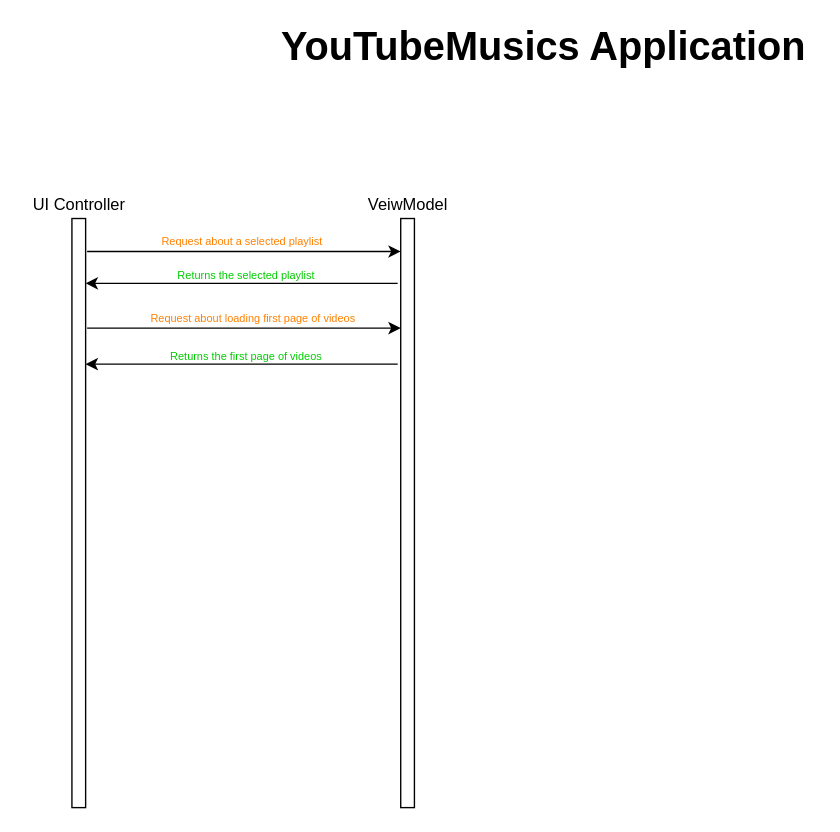
Above: Untitled Diagram.drawio in AlieksieievYurii/YouTubeMusic (draw.io), before the change. Source tidied: cells renumbered, new cells numbered last; positions are measured from the earlier drawing's top-left corner, leaving out a move shared by most shapes. Both pictures are drawn from the tidied source at 137%, with x=0, y=0 at pixel (23, 26).
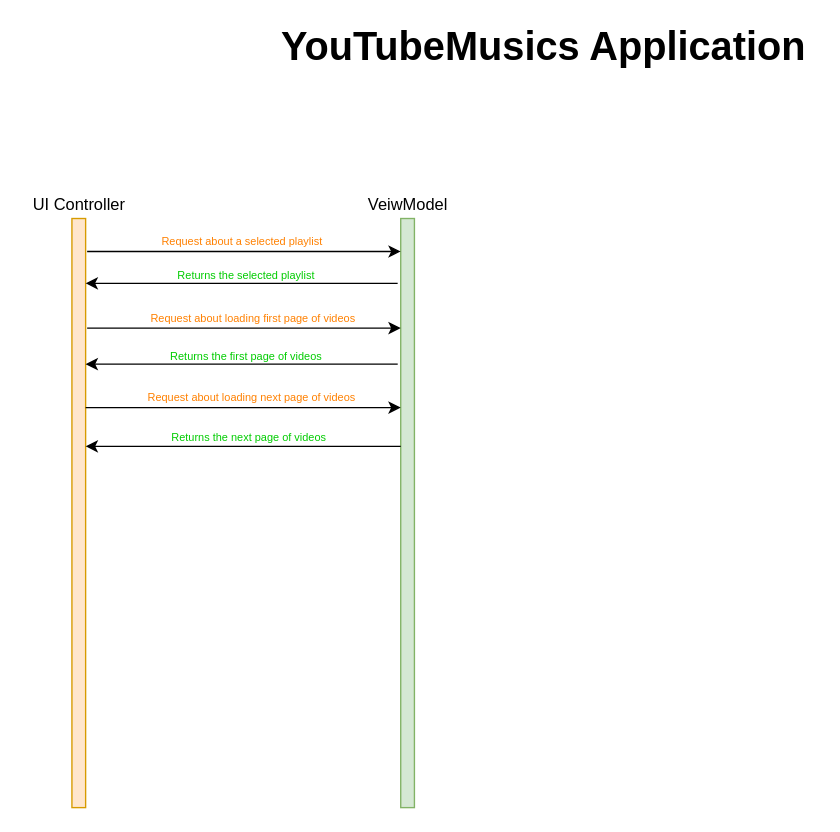
After the change.

Change to the diagram source:
```diff
@@
-    <mxCell id="3" style="html=1;points=[];perimeter=orthogonalPerimeter;" parent="1" vertex="1">
+    <mxCell id="3" style="html=1;points=[];perimeter=orthogonalPerimeter;fillColor=#ffe6cc;strokeColor=#d79b00;" parent="1" vertex="1">
       <mxGeometry x="35" y="140" width="10" height="430" as="geometry" />
     </mxCell>
@@
-    <mxCell id="5" style="html=1;points=[];perimeter=orthogonalPerimeter;" parent="1" vertex="1">
+    <mxCell id="5" style="html=1;points=[];perimeter=orthogonalPerimeter;fillColor=#d5e8d4;strokeColor=#82b366;" parent="1" vertex="1">
       <mxGeometry x="275" y="140" width="10" height="430" as="geometry" />
     </mxCell>
@@
+    <mxCell id="15" style="endArrow=classic;html=1;exitX=1.11;exitY=0.056;exitDx=0;exitDy=0;exitPerimeter=0;" parent="1" edge="1" target="5">
+      <mxGeometry relative="1" as="geometry">
+        <mxPoint x="45" y="278" as="sourcePoint" />
+      </mxGeometry>
+    </mxCell>
+    <mxCell id="16" value="&lt;span style=&quot;font-size: 8px&quot;&gt;Request about loading next page of videos&lt;/span&gt;" style="text;html=1;align=center;verticalAlign=middle;fontColor=#FF8000;fontStyle=0;" parent="1" vertex="1">
+      <mxGeometry x="80.9" y="260" width="170" height="20" as="geometry" />
+    </mxCell>
+    <mxCell id="17" style="endArrow=classic;html=1;exitX=-0.224;exitY=0.11;exitDx=0;exitDy=0;exitPerimeter=0;" parent="1" edge="1" target="3">
+      <mxGeometry relative="1" as="geometry">
+        <mxPoint x="275" y="306.3" as="sourcePoint" />
+      </mxGeometry>
+    </mxCell>
+    <mxCell id="18" value="&lt;font style=&quot;font-size: 8px&quot;&gt;Returns the next page of videos&lt;/font&gt;" style="text;html=1;align=center;verticalAlign=middle;fontColor=#00CC00;" parent="1" vertex="1">
+      <mxGeometry x="99.2" y="289" width="130" height="20" as="geometry" />
+    </mxCell>
```
